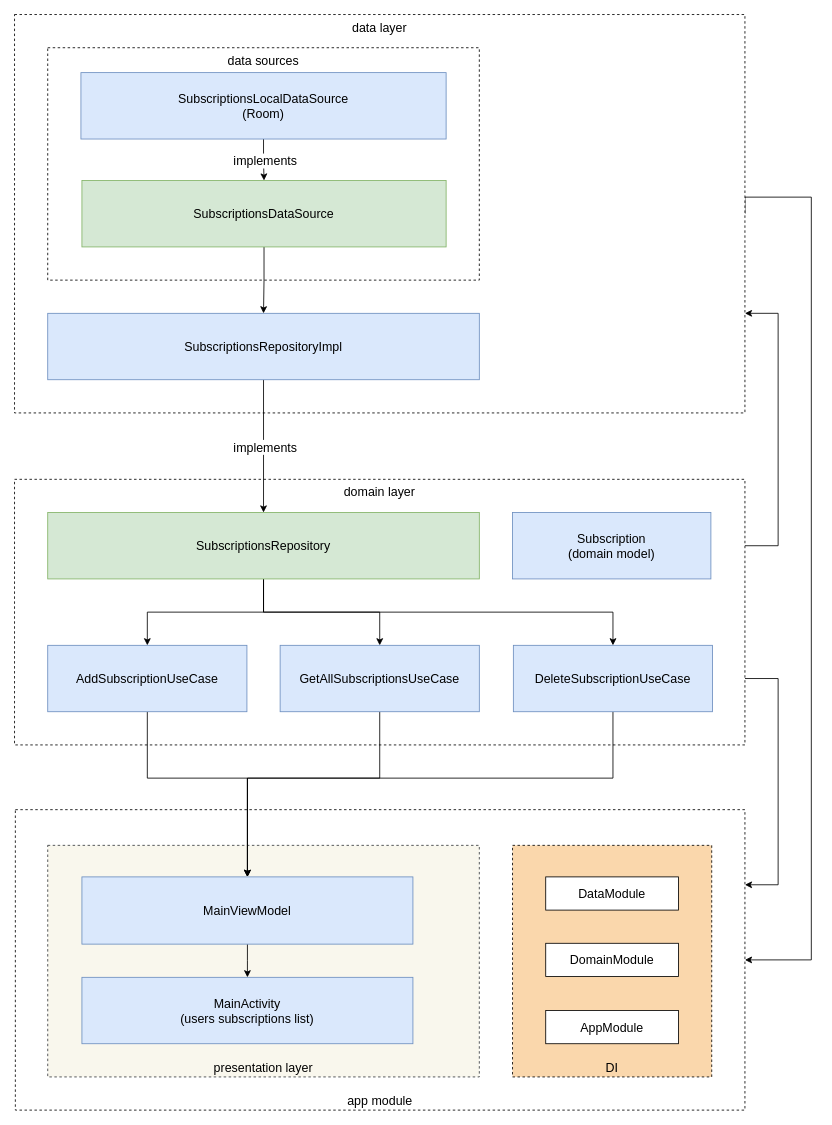
Earlier version of the draw.io diagram architecture/Subscriptions Manager App Architecture Diagram.drawio (karateka-git/subscriptions-manager). Source tidied: cells renumbered, new cells numbered last; positions are measured from the earlier drawing's top-left corner, leaving out a move shared by most shapes. Both pictures are drawn from the tidied source at 83%, with x=0, y=0 at pixel (14, 14).
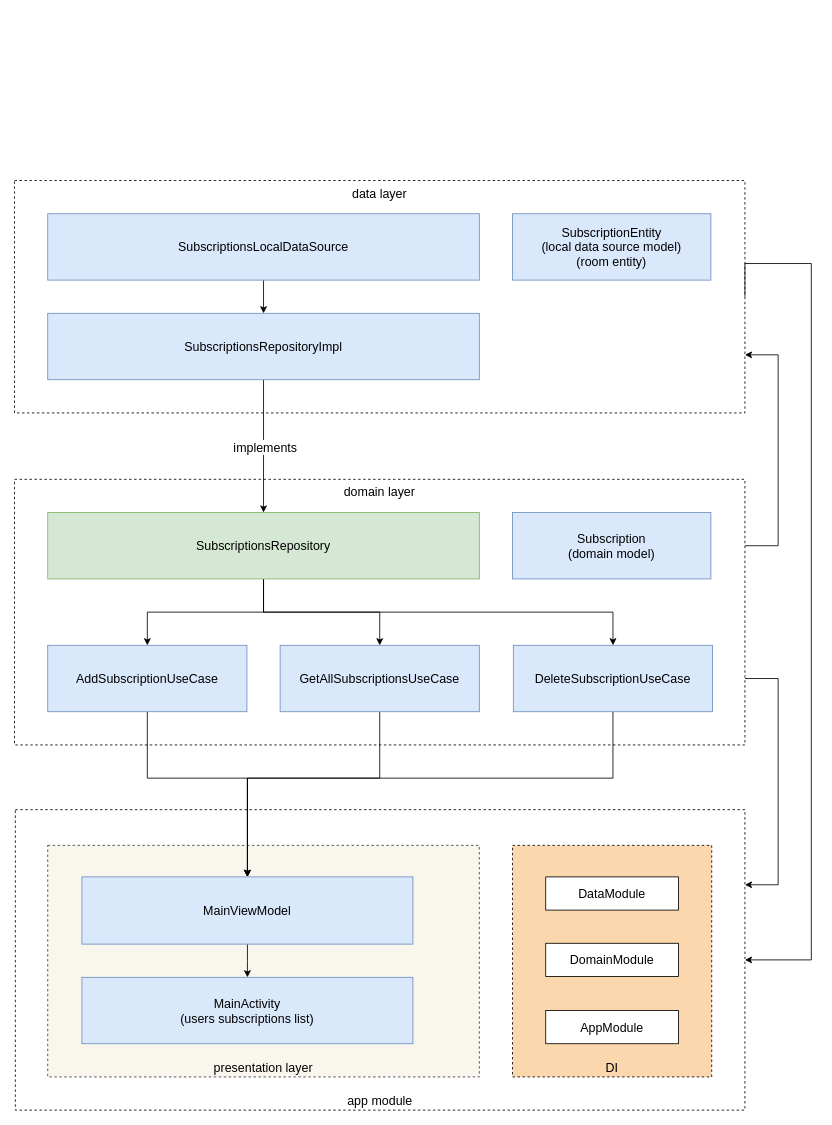
The same diagram, later.

Commit message (it also covers changes not shown here):
building data layer architecture

The change refers to these unchanged cells:
```xml
<mxCell id="2" value="app module" style="rounded=0;whiteSpace=wrap;html=1;verticalAlign=bottom;fontSize=15;dashed=1;" parent="1" vertex="1">
  <mxGeometry x="1" y="958" width="879" height="362" as="geometry" />
</mxCell>
<mxCell id="8" value="domain layer" style="rounded=0;whiteSpace=wrap;html=1;verticalAlign=top;fontSize=15;dashed=1;" parent="1" vertex="1">
  <mxGeometry y="560" width="880" height="320" as="geometry" />
</mxCell>
<mxCell id="22" value="&lt;font style=&quot;font-size: 15px;&quot;&gt;SubscriptionsRepositoryImpl&lt;/font&gt;" style="rounded=0;whiteSpace=wrap;html=1;fillColor=#dae8fc;strokeColor=#6c8ebf;" parent="1" vertex="1">
  <mxGeometry x="40" y="360" width="520" height="80" as="geometry" />
</mxCell>
```

What changed in the source:
```diff
@@
     <mxCell id="4" style="edgeStyle=orthogonalEdgeStyle;rounded=0;jettySize=auto;html=1;exitX=1;exitY=0.5;exitDx=0;exitDy=0;entryX=1;entryY=0.5;entryDx=0;entryDy=0;fontSize=15;" parent="1" edge="1" source="5" target="2">
       <mxGeometry relative="1" as="geometry">
         <Array as="points">
-          <mxPoint x="960" y="220" />
+          <mxPoint x="960" y="300" />
           <mxPoint x="960" y="1139" />
         </Array>
       </mxGeometry>
     </mxCell>
-    <mxCell id="5" value="data layer" style="rounded=0;whiteSpace=wrap;html=1;verticalAlign=top;fontSize=15;dashed=1;" parent="1" vertex="1">
-      <mxGeometry width="880" height="480" as="geometry" />
+    <mxCell id="5" value="data layer" style="rounded=0;whiteSpace=wrap;html=1;verticalAlign=top;fontSize=15;dashed=1;fillColor=none;" parent="1" vertex="1">
+      <mxGeometry y="200" width="880" height="280" as="geometry" />
     </mxCell>
@@
     <mxCell id="7" style="edgeStyle=orthogonalEdgeStyle;rounded=0;jettySize=auto;html=1;entryX=1;entryY=0.75;entryDx=0;entryDy=0;fontSize=15;exitX=1;exitY=0.25;exitDx=0;exitDy=0;" parent="1" edge="1" source="8" target="5">
       <mxGeometry relative="1" as="geometry">
         <Array as="points">
           <mxPoint x="920" y="640" />
-          <mxPoint x="920" y="360" />
+          <mxPoint x="920" y="410" />
         </Array>
       </mxGeometry>
     </mxCell>
@@
-    <mxCell id="23" value="&lt;font style=&quot;font-size: 15px;&quot;&gt;data sources&lt;/font&gt;" style="rounded=0;whiteSpace=wrap;html=1;verticalAlign=top;dashed=1;" parent="1" vertex="1">
-      <mxGeometry x="40" y="40" width="520" height="280" as="geometry" />
-    </mxCell>
-    <mxCell id="24" style="edgeStyle=orthogonalEdgeStyle;jettySize=auto;html=1;entryX=0.5;entryY=0;entryDx=0;entryDy=0;fontSize=15;endArrow=classic;rounded=0;endFill=1;" parent="1" edge="1" source="25" target="22">
+    <mxCell id="24" style="edgeStyle=orthogonalEdgeStyle;jettySize=auto;html=1;entryX=0.5;entryY=0;entryDx=0;entryDy=0;fontSize=15;endArrow=classic;rounded=0;endFill=1;exitX=0.5;exitY=1;exitDx=0;exitDy=0;" parent="1" edge="1" source="28" target="22">
       <mxGeometry relative="1" as="geometry" />
     </mxCell>
-    <mxCell id="25" value="&lt;font style=&quot;font-size: 15px;&quot;&gt;SubscriptionsDataSource&lt;/font&gt;" style="rounded=0;whiteSpace=wrap;html=1;fillColor=#d5e8d4;strokeColor=#82b366;" parent="1" vertex="1">
-      <mxGeometry x="81.2" y="200" width="438.8" height="80" as="geometry" />
-    </mxCell>
-    <mxCell id="26" style="edgeStyle=orthogonalEdgeStyle;rounded=0;jettySize=auto;html=1;entryX=0.5;entryY=0;entryDx=0;entryDy=0;" parent="1" edge="1" source="28" target="25">
-      <mxGeometry relative="1" as="geometry" />
-    </mxCell>
-    <mxCell id="27" value="implements" style="edgeLabel;html=1;align=center;verticalAlign=middle;fontSize=15;" parent="26" vertex="1">
-      <mxGeometry x="0.01" y="1" relative="1" as="geometry" />
-    </mxCell>
-    <mxCell id="28" value="&lt;font style=&quot;font-size: 15px;&quot;&gt;SubscriptionsLocalDataSource&lt;br&gt;(Room)&lt;br&gt;&lt;/font&gt;" style="rounded=0;whiteSpace=wrap;html=1;fillColor=#dae8fc;strokeColor=#6c8ebf;" parent="1" vertex="1">
-      <mxGeometry x="80" y="70" width="440" height="80" as="geometry" />
+    <mxCell id="28" value="&lt;font style=&quot;font-size: 15px;&quot;&gt;SubscriptionsLocalDataSource&lt;br&gt;&lt;/font&gt;" style="rounded=0;whiteSpace=wrap;html=1;fillColor=#dae8fc;strokeColor=#6c8ebf;" parent="1" vertex="1">
+      <mxGeometry x="40" y="240" width="520" height="80" as="geometry" />
     </mxCell>
@@
+    <mxCell id="36" value="SubscriptionEntity&lt;br style=&quot;font-size: 15px;&quot;&gt;(local data source model)&lt;br&gt;(room entity)" style="rounded=0;whiteSpace=wrap;html=1;fontSize=15;fillColor=#dae8fc;strokeColor=#6c8ebf;glass=0;" parent="1" vertex="1">
+      <mxGeometry x="600" y="240" width="239" height="80" as="geometry" />
+    </mxCell>
```
